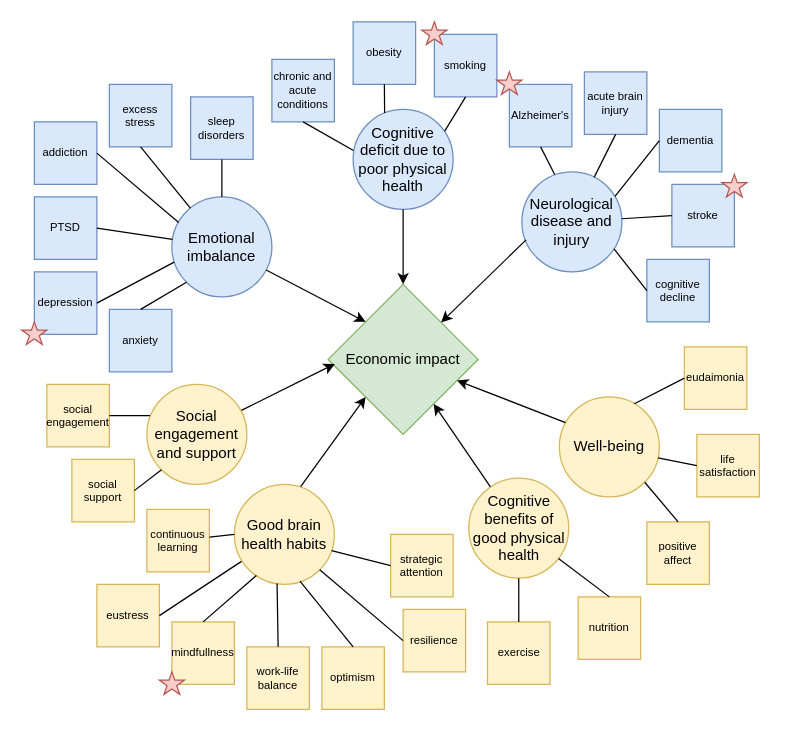
This is Pathways diagram.drawio from gennacampain/RProjects, a draw.io file, before an edit. Source tidied: cells renumbered, new cells numbered last; positions are measured from the earlier drawing's top-left corner, leaving out a move shared by most shapes. Both pictures are drawn from the tidied source at 125%, with x=0, y=0 at pixel (21, 21).
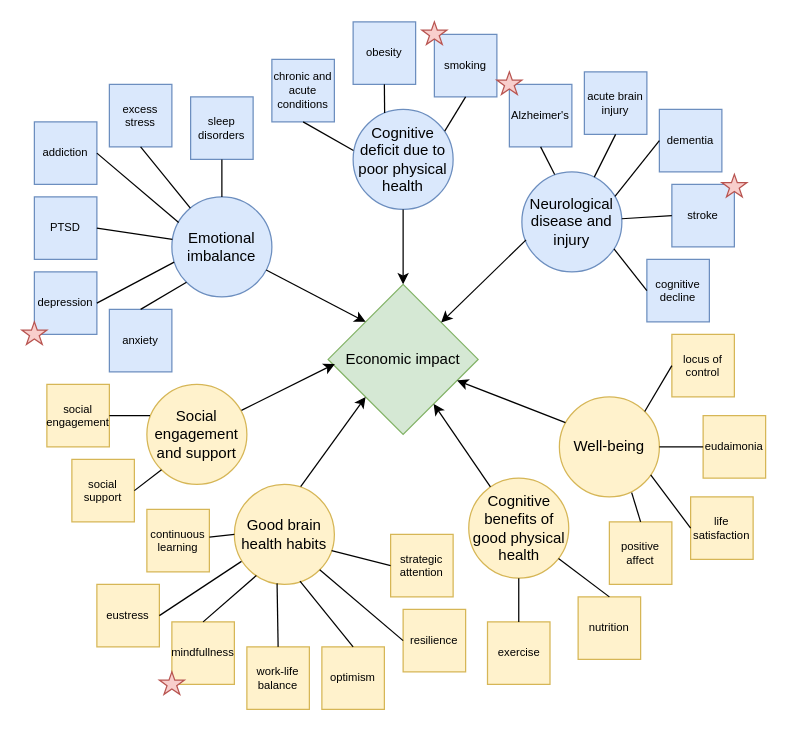
Above is the later version.

The change refers to these unchanged cells:
```xml
<mxCell id="5" value="Well-being" style="ellipse;whiteSpace=wrap;html=1;fillColor=#fff2cc;strokeColor=#d6b656;" parent="1" vertex="1">
  <mxGeometry x="430" y="300" width="80" height="80" as="geometry" />
</mxCell>
```

Change to the diagram source:
```diff
@@
     <mxCell id="49" value="eudaimonia" style="whiteSpace=wrap;html=1;fontSize=9;fillColor=#fff2cc;strokeColor=#d6b656;" parent="1" vertex="1">
-      <mxGeometry x="530" y="260" width="50" height="50" as="geometry" />
+      <mxGeometry x="545" y="315" width="50" height="50" as="geometry" />
     </mxCell>
     <mxCell id="50" value="life satisfaction" style="whiteSpace=wrap;html=1;fontSize=9;fillColor=#fff2cc;strokeColor=#d6b656;" parent="1" vertex="1">
-      <mxGeometry x="540" y="330" width="50" height="50" as="geometry" />
+      <mxGeometry x="535" y="380" width="50" height="50" as="geometry" />
     </mxCell>
     <mxCell id="51" value="positive affect" style="whiteSpace=wrap;html=1;fontSize=9;fillColor=#fff2cc;strokeColor=#d6b656;" parent="1" vertex="1">
-      <mxGeometry x="500" y="400" width="50" height="50" as="geometry" />
+      <mxGeometry x="470" y="400" width="50" height="50" as="geometry" />
     </mxCell>
@@
-    <mxCell id="63" style="endArrow=none;html=1;rounded=0;entryX=0;entryY=0.5;entryDx=0;entryDy=0;exitX=0.75;exitY=0.069;exitDx=0;exitDy=0;exitPerimeter=0;" parent="1" edge="1" source="5" target="49">
+    <mxCell id="63" style="endArrow=none;html=1;rounded=0;entryX=0;entryY=0.5;entryDx=0;entryDy=0;" parent="1" edge="1" source="5" target="49">
       <mxGeometry relative="1" as="geometry" />
     </mxCell>
-    <mxCell id="64" style="endArrow=none;html=1;rounded=0;entryX=0;entryY=0.5;entryDx=0;entryDy=0;exitX=0.986;exitY=0.611;exitDx=0;exitDy=0;exitPerimeter=0;" parent="1" edge="1" source="5" target="50">
+    <mxCell id="64" style="endArrow=none;html=1;rounded=0;entryX=0;entryY=0.5;entryDx=0;entryDy=0;exitX=0.913;exitY=0.779;exitDx=0;exitDy=0;exitPerimeter=0;" parent="1" edge="1" source="5" target="50">
       <mxGeometry relative="1" as="geometry" />
     </mxCell>
-    <mxCell id="65" style="endArrow=none;html=1;rounded=0;exitX=1;exitY=1;exitDx=0;exitDy=0;entryX=0.5;entryY=0;entryDx=0;entryDy=0;" parent="1" edge="1" source="5" target="51">
+    <mxCell id="65" style="endArrow=none;html=1;rounded=0;exitX=0.723;exitY=0.957;exitDx=0;exitDy=0;entryX=0.5;entryY=0;entryDx=0;entryDy=0;exitPerimeter=0;" parent="1" edge="1" source="5" target="51">
       <mxGeometry relative="1" as="geometry" />
     </mxCell>
@@
+    <mxCell id="78" value="locus of control" style="whiteSpace=wrap;html=1;fontSize=9;fillColor=#fff2cc;strokeColor=#d6b656;" parent="1" vertex="1">
+      <mxGeometry x="520" y="250" width="50" height="50" as="geometry" />
+    </mxCell>
+    <mxCell id="79" style="endArrow=none;html=1;rounded=0;entryX=0;entryY=0.5;entryDx=0;entryDy=0;exitX=1;exitY=0;exitDx=0;exitDy=0;" parent="1" edge="1" source="5" target="78">
+      <mxGeometry relative="1" as="geometry" />
+    </mxCell>
```
